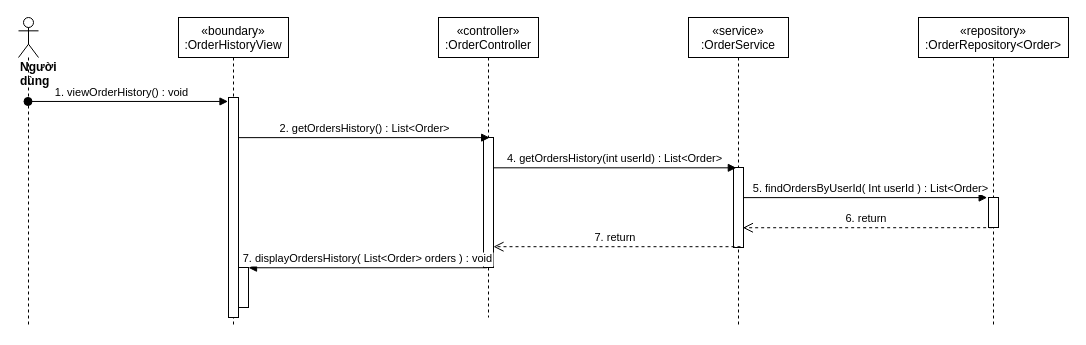
The draw.io diagram sequence diagram/getOrderHistory-sequence.drawio in nguyenphamvan/datn_20202, before the edit. Source tidied: cells renumbered, new cells numbered last; positions are measured from the earlier drawing's top-left corner, leaving out a move shared by most shapes. Both pictures are drawn from the tidied source at 100%, with x=0, y=0 at pixel (18, 17).
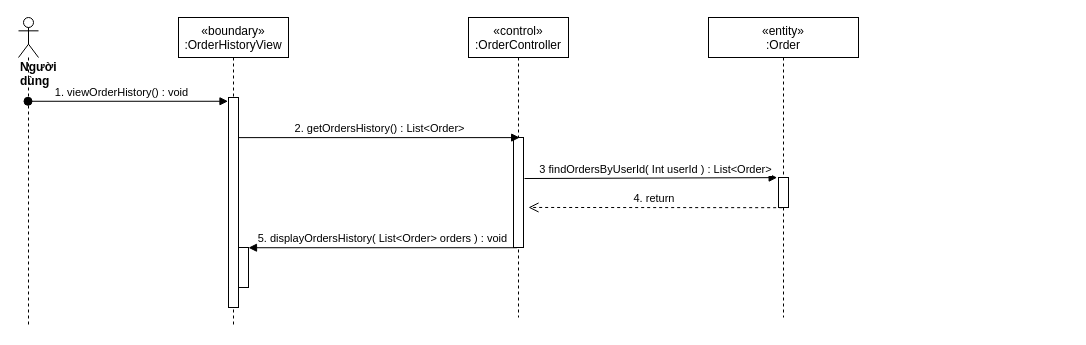
The same diagram, later.

Diff of the diagram source:
```diff
@@
 <mxGraphModel>
   <root>
     <mxCell id="0" />
     <mxCell id="1" parent="0" />
     <mxCell id="2" value="«boundary»&#10;:OrderHistoryView" style="shape=umlLifeline;perimeter=lifelinePerimeter;rounded=0;shadow=0;strokeWidth=1;" parent="1" vertex="1">
       <mxGeometry x="160" width="110" height="310" as="geometry" />
     </mxCell>
     <mxCell id="3" style="points=[];perimeter=orthogonalPerimeter;rounded=0;shadow=0;strokeWidth=1;" parent="2" vertex="1">
-      <mxGeometry x="50" y="80" width="10" height="220" as="geometry" />
+      <mxGeometry x="50" y="80" width="10" height="210" as="geometry" />
     </mxCell>
     <mxCell id="4" style="html=1;points=[];perimeter=orthogonalPerimeter;" parent="2" vertex="1">
-      <mxGeometry x="60" y="250" width="10" height="40" as="geometry" />
+      <mxGeometry x="60" y="230" width="10" height="40" as="geometry" />
     </mxCell>
-    <mxCell id="5" value="«controller»&#10;:OrderController" style="shape=umlLifeline;perimeter=lifelinePerimeter;rounded=0;shadow=0;strokeWidth=1;" parent="1" vertex="1">
-      <mxGeometry x="420" width="100" height="300" as="geometry" />
+    <mxCell id="5" value="«control»&#10;:OrderController" style="shape=umlLifeline;perimeter=lifelinePerimeter;rounded=0;shadow=0;strokeWidth=1;" parent="1" vertex="1">
+      <mxGeometry x="450" width="100" height="300" as="geometry" />
     </mxCell>
     <mxCell id="6" style="points=[];perimeter=orthogonalPerimeter;rounded=0;shadow=0;strokeWidth=1;" parent="5" vertex="1">
-      <mxGeometry x="45" y="120" width="10" height="130" as="geometry" />
+      <mxGeometry x="45" y="120" width="10" height="110" as="geometry" />
     </mxCell>
     <mxCell id="7" value="&lt;div&gt;&lt;b&gt;Người dùng&lt;/b&gt;&lt;/div&gt;" style="shape=umlLifeline;participant=umlActor;perimeter=lifelinePerimeter;whiteSpace=wrap;html=1;verticalAlign=top;spacingTop=36;outlineConnect=0;align=left;" parent="1" vertex="1">
       <mxGeometry width="20" height="310" as="geometry" />
     </mxCell>
     <mxCell id="8" value="1. viewOrderHistory() : void" style="verticalAlign=bottom;startArrow=oval;endArrow=block;startSize=8;shadow=0;strokeWidth=1;entryX=-0.05;entryY=0.018;entryDx=0;entryDy=0;entryPerimeter=0;" parent="1" edge="1" source="7" target="3">
       <mxGeometry x="-0.06" relative="1" as="geometry" />
     </mxCell>
-    <mxCell id="9" value="«service»&#10;:OrderService" style="shape=umlLifeline;perimeter=lifelinePerimeter;rounded=0;shadow=0;strokeWidth=1;" parent="1" vertex="1">
-      <mxGeometry x="670" width="100" height="310" as="geometry" />
-    </mxCell>
-    <mxCell id="10" style="points=[];perimeter=orthogonalPerimeter;rounded=0;shadow=0;strokeWidth=1;" parent="9" vertex="1">
-      <mxGeometry x="45" y="150" width="10" height="80" as="geometry" />
-    </mxCell>
     <mxCell id="11" value="2. getOrdersHistory() : List&amp;lt;Order&amp;gt;" style="html=1;verticalAlign=bottom;endArrow=block;entryX=0.617;entryY=0.001;entryDx=0;entryDy=0;entryPerimeter=0;" parent="1" edge="1" source="3" target="6">
       <mxGeometry relative="1" as="geometry" />
     </mxCell>
-    <mxCell id="12" value="4. getOrdersHistory(int userId) : List&amp;lt;Order&amp;gt;" style="html=1;verticalAlign=bottom;endArrow=block;entryX=0.283;entryY=0.004;entryDx=0;entryDy=0;entryPerimeter=0;" parent="1" edge="1" source="6" target="10">
-      <mxGeometry relative="1" as="geometry" />
-    </mxCell>
-    <mxCell id="13" value="«repository»&#10;:OrderRepository&lt;Order&gt;" style="shape=umlLifeline;perimeter=lifelinePerimeter;rounded=0;shadow=0;strokeWidth=1;" parent="1" vertex="1">
-      <mxGeometry x="900" width="150" height="310" as="geometry" />
+    <mxCell id="13" value="«entity»&#10;:Order" style="shape=umlLifeline;perimeter=lifelinePerimeter;rounded=0;shadow=0;strokeWidth=1;" parent="1" vertex="1">
+      <mxGeometry x="690" width="150" height="300" as="geometry" />
     </mxCell>
     <mxCell id="14" style="points=[];perimeter=orthogonalPerimeter;rounded=0;shadow=0;strokeWidth=1;" parent="13" vertex="1">
-      <mxGeometry x="70" y="180" width="10" height="30" as="geometry" />
+      <mxGeometry x="70" y="160" width="10" height="30" as="geometry" />
     </mxCell>
-    <mxCell id="15" value="5. findOrdersByUserId( Int userId ) : List&amp;lt;Order&amp;gt;" style="html=1;verticalAlign=bottom;endArrow=block;entryX=-0.133;entryY=0.004;entryDx=0;entryDy=0;entryPerimeter=0;" parent="1" edge="1" source="10" target="14">
+    <mxCell id="15" value="3 findOrdersByUserId( Int userId ) : List&amp;lt;Order&amp;gt;" style="html=1;verticalAlign=bottom;endArrow=block;entryX=-0.133;entryY=0.004;entryDx=0;entryDy=0;entryPerimeter=0;exitX=1.1;exitY=0.373;exitDx=0;exitDy=0;exitPerimeter=0;" parent="1" edge="1" source="6" target="14">
       <mxGeometry x="0.04" relative="1" as="geometry" />
     </mxCell>
-    <mxCell id="16" value="6. return&amp;nbsp;" style="html=1;verticalAlign=bottom;endArrow=open;dashed=1;endSize=8;exitX=0.367;exitY=1.006;exitDx=0;exitDy=0;exitPerimeter=0;entryX=0.94;entryY=0.753;entryDx=0;entryDy=0;entryPerimeter=0;" parent="1" edge="1" source="14" target="10">
+    <mxCell id="16" value="4. return&amp;nbsp;" style="html=1;verticalAlign=bottom;endArrow=open;dashed=1;endSize=8;exitX=0.367;exitY=1.006;exitDx=0;exitDy=0;exitPerimeter=0;entryX=1.5;entryY=0.636;entryDx=0;entryDy=0;entryPerimeter=0;" parent="1" edge="1" source="14" target="6">
       <mxGeometry relative="1" as="geometry" />
     </mxCell>
-    <mxCell id="17" value="7. return&amp;nbsp;" style="html=1;verticalAlign=bottom;endArrow=open;dashed=1;endSize=8;exitX=0.7;exitY=0.99;exitDx=0;exitDy=0;exitPerimeter=0;" parent="1" edge="1" source="10" target="6">
-      <mxGeometry relative="1" as="geometry" />
-    </mxCell>
-    <mxCell id="18" value="7. displayOrdersHistory( List&lt;Order&gt; orders ) : void" style="verticalAlign=bottom;endArrow=block;shadow=0;strokeWidth=1;exitX=0.34;exitY=1.002;exitDx=0;exitDy=0;exitPerimeter=0;" parent="1" edge="1" source="6" target="4">
+    <mxCell id="18" value="5. displayOrdersHistory( List&lt;Order&gt; orders ) : void" style="verticalAlign=bottom;endArrow=block;shadow=0;strokeWidth=1;exitX=0.34;exitY=1.002;exitDx=0;exitDy=0;exitPerimeter=0;" parent="1" edge="1" source="6" target="4">
       <mxGeometry relative="1" as="geometry" />
     </mxCell>
   </root>
 </mxGraphModel>
```
